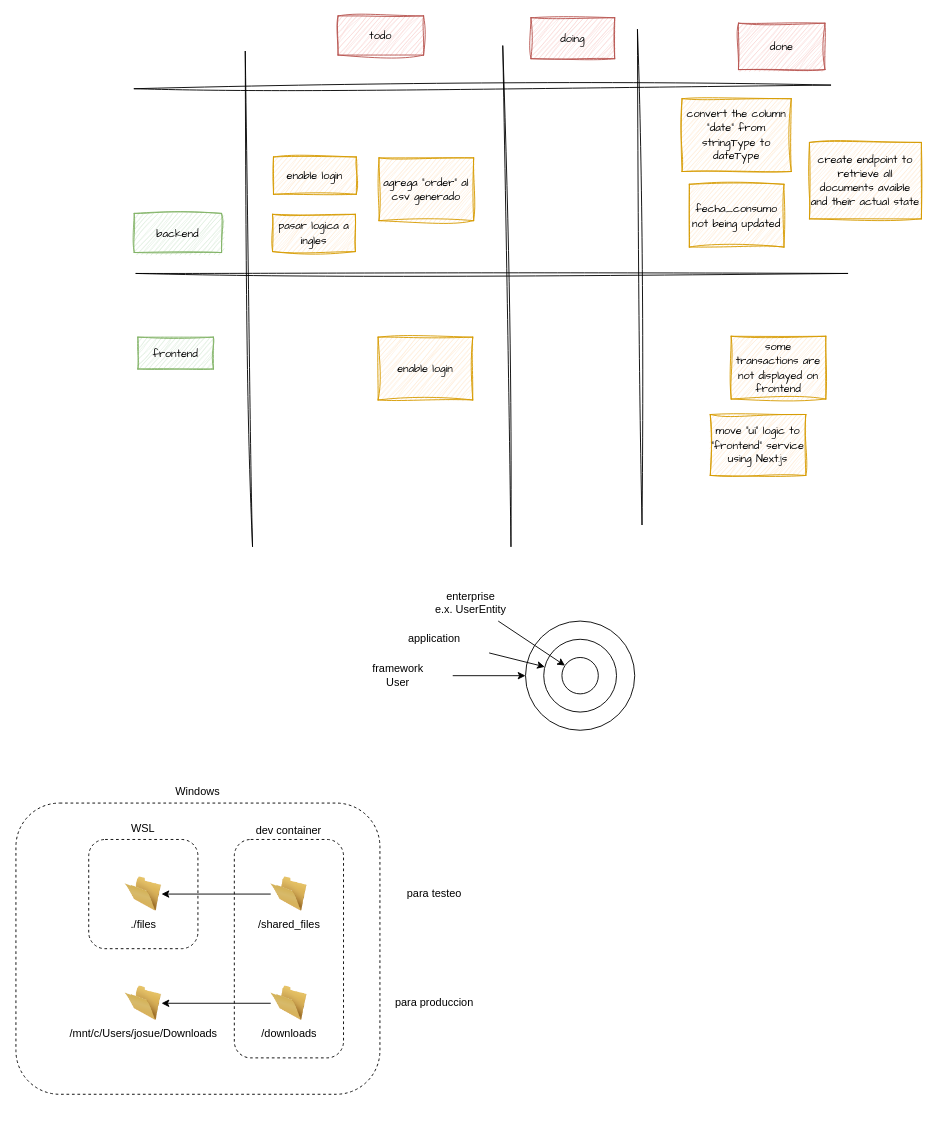
Before: scrum.dio in josueelias9/improving-BCP-organizate, a draw.io diagram. Source tidied: cells renumbered, new cells numbered last; positions are measured from the earlier drawing's top-left corner, leaving out a move shared by most shapes. Both pictures are drawn from the tidied source at 91%, with x=0, y=0 at pixel (15, 15).
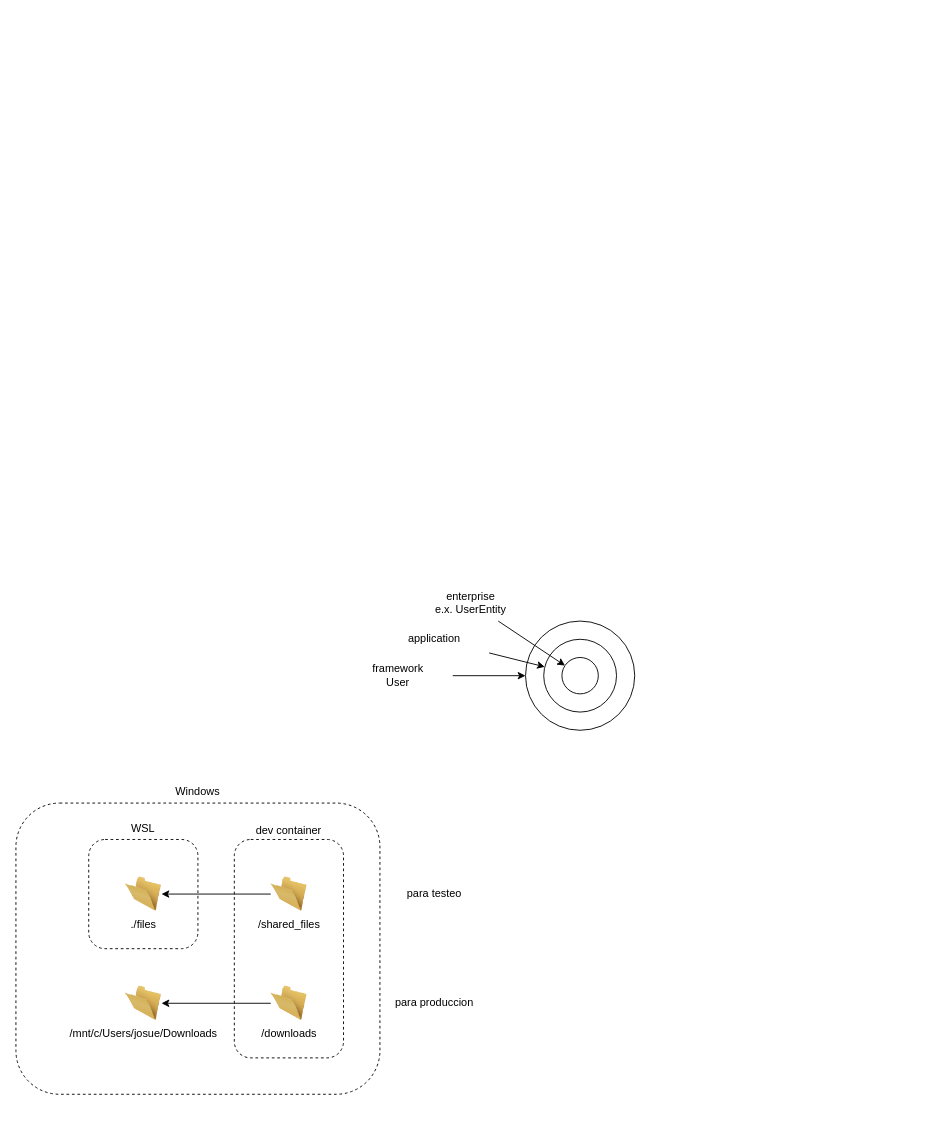
After the change.

Change to the diagram source:
```diff
@@
-    <mxCell id="5" value="&lt;font face=&quot;Comic Sans MS&quot;&gt;convert the column &quot;date&quot; from stringType to dateType&lt;/font&gt;" style="rounded=0;whiteSpace=wrap;html=1;shadow=0;sketch=1;curveFitting=1;jiggle=2;fillColor=#ffe6cc;strokeColor=#d79b00;" parent="1" vertex="1">
-      <mxGeometry x="732" y="91" width="120" height="80" as="geometry" />
-    </mxCell>
-    <mxCell id="6" value="&lt;font face=&quot;Comic Sans MS&quot;&gt;move &quot;ui&quot; logic to &quot;frontend&quot; service using Next.js&lt;/font&gt;" style="rounded=0;whiteSpace=wrap;html=1;shadow=0;sketch=1;curveFitting=1;jiggle=2;fillColor=#ffe6cc;strokeColor=#d79b00;" parent="1" vertex="1">
-      <mxGeometry x="763" y="438" width="105" height="67" as="geometry" />
-    </mxCell>
-    <mxCell id="7" value="&lt;font face=&quot;Comic Sans MS&quot;&gt;backend&lt;/font&gt;" style="rounded=0;whiteSpace=wrap;html=1;shadow=0;sketch=1;curveFitting=1;jiggle=2;fillColor=#d5e8d4;strokeColor=#82b366;" parent="1" vertex="1">
-      <mxGeometry x="130" y="217" width="96" height="43" as="geometry" />
-    </mxCell>
-    <mxCell id="8" value="&lt;font face=&quot;Comic Sans MS&quot;&gt;frontend&lt;/font&gt;" style="rounded=0;whiteSpace=wrap;html=1;shadow=0;sketch=1;curveFitting=1;jiggle=2;fillColor=#d5e8d4;strokeColor=#82b366;" parent="1" vertex="1">
-      <mxGeometry x="134" y="353" width="83" height="35" as="geometry" />
-    </mxCell>
-    <mxCell id="9" value="&lt;font face=&quot;Comic Sans MS&quot;&gt;todo&lt;/font&gt;" style="rounded=0;whiteSpace=wrap;html=1;shadow=0;sketch=1;curveFitting=1;jiggle=2;fillColor=#f8cecc;strokeColor=#b85450;" parent="1" vertex="1">
-      <mxGeometry x="354" width="94" height="43" as="geometry" />
-    </mxCell>
-    <mxCell id="10" value="&lt;font face=&quot;Comic Sans MS&quot;&gt;doing&lt;/font&gt;" style="rounded=0;whiteSpace=wrap;html=1;shadow=0;sketch=1;curveFitting=1;jiggle=2;fillColor=#f8cecc;strokeColor=#b85450;" parent="1" vertex="1">
-      <mxGeometry x="566" y="2" width="92" height="45" as="geometry" />
-    </mxCell>
-    <mxCell id="11" value="&lt;font face=&quot;Comic Sans MS&quot;&gt;done&lt;/font&gt;" style="rounded=0;whiteSpace=wrap;html=1;shadow=0;sketch=1;curveFitting=1;jiggle=2;fillColor=#f8cecc;strokeColor=#b85450;" parent="1" vertex="1">
-      <mxGeometry x="794" y="8" width="95" height="51" as="geometry" />
-    </mxCell>
-    <mxCell id="12" value="&lt;font face=&quot;Comic Sans MS&quot;&gt;some transactions are not displayed on frontend&lt;/font&gt;" style="rounded=0;whiteSpace=wrap;html=1;shadow=0;sketch=1;curveFitting=1;jiggle=2;fillColor=#ffe6cc;strokeColor=#d79b00;" parent="1" vertex="1">
-      <mxGeometry x="786" y="352" width="104" height="69" as="geometry" />
-    </mxCell>
-    <mxCell id="13" value="&lt;font face=&quot;Comic Sans MS&quot;&gt;enable login&lt;/font&gt;" style="rounded=0;whiteSpace=wrap;html=1;shadow=0;sketch=1;curveFitting=1;jiggle=2;fillColor=#ffe6cc;strokeColor=#d79b00;" parent="1" vertex="1">
-      <mxGeometry x="398" y="353" width="104" height="69" as="geometry" />
-    </mxCell>
-    <mxCell id="14" value="&lt;font face=&quot;Comic Sans MS&quot;&gt;enable login&lt;/font&gt;" style="rounded=0;whiteSpace=wrap;html=1;shadow=0;sketch=1;curveFitting=1;jiggle=2;fillColor=#ffe6cc;strokeColor=#d79b00;" parent="1" vertex="1">
-      <mxGeometry x="283" y="155" width="91" height="41" as="geometry" />
-    </mxCell>
-    <mxCell id="15" style="endArrow=none;html=1;sketch=1;curveFitting=1;jiggle=2;" parent="1" edge="1">
-      <mxGeometry relative="1" as="geometry">
-        <mxPoint x="130" y="80" as="sourcePoint" />
-        <mxPoint x="895.3" y="76" as="targetPoint" />
-      </mxGeometry>
-    </mxCell>
-    <mxCell id="16" style="endArrow=none;html=1;sketch=1;curveFitting=1;jiggle=2;" parent="1" edge="1">
-      <mxGeometry relative="1" as="geometry">
-        <mxPoint x="260" y="583" as="sourcePoint" />
-        <mxPoint x="252" y="39" as="targetPoint" />
-      </mxGeometry>
-    </mxCell>
-    <mxCell id="17" style="endArrow=none;html=1;sketch=1;curveFitting=1;jiggle=2;" parent="1" edge="1">
-      <mxGeometry relative="1" as="geometry">
-        <mxPoint x="544" y="583" as="sourcePoint" />
-        <mxPoint x="535" y="33" as="targetPoint" />
-      </mxGeometry>
-    </mxCell>
-    <mxCell id="18" style="endArrow=none;html=1;sketch=1;curveFitting=1;jiggle=2;" parent="1" edge="1">
-      <mxGeometry relative="1" as="geometry">
-        <mxPoint x="688" y="559" as="sourcePoint" />
-        <mxPoint x="683" y="15" as="targetPoint" />
-      </mxGeometry>
-    </mxCell>
-    <mxCell id="19" style="endArrow=none;html=1;sketch=1;curveFitting=1;jiggle=2;" parent="1" edge="1">
-      <mxGeometry relative="1" as="geometry">
-        <mxPoint x="132" y="283" as="sourcePoint" />
-        <mxPoint x="914" y="283" as="targetPoint" />
-      </mxGeometry>
-    </mxCell>
-    <mxCell id="20" value="&lt;font face=&quot;Comic Sans MS&quot;&gt;create endpoint to retrieve all documents avaible and their actual state&lt;/font&gt;" style="rounded=0;whiteSpace=wrap;html=1;shadow=0;sketch=1;curveFitting=1;jiggle=2;fillColor=#ffe6cc;strokeColor=#d79b00;" parent="1" vertex="1">
-      <mxGeometry x="872" y="139" width="123" height="84" as="geometry" />
-    </mxCell>
-    <mxCell id="21" value="&lt;font face=&quot;Comic Sans MS&quot;&gt;pasar logica a ingles&lt;/font&gt;" style="rounded=0;whiteSpace=wrap;html=1;shadow=0;sketch=1;curveFitting=1;jiggle=2;fillColor=#ffe6cc;strokeColor=#d79b00;" parent="1" vertex="1">
-      <mxGeometry x="282" y="218" width="91" height="41" as="geometry" />
-    </mxCell>
-    <mxCell id="22" value="&lt;font face=&quot;Comic Sans MS&quot;&gt;agrega &quot;order&quot; al csv generado&lt;/font&gt;" style="rounded=0;whiteSpace=wrap;html=1;shadow=0;sketch=1;curveFitting=1;jiggle=2;fillColor=#ffe6cc;strokeColor=#d79b00;" parent="1" vertex="1">
-      <mxGeometry x="399" y="156" width="104" height="69" as="geometry" />
-    </mxCell>
-    <mxCell id="23" value="&lt;font face=&quot;Comic Sans MS&quot;&gt;fecha_consumo not being updated&lt;/font&gt;" style="rounded=0;whiteSpace=wrap;html=1;shadow=0;sketch=1;curveFitting=1;jiggle=2;fillColor=#ffe6cc;strokeColor=#d79b00;" parent="1" vertex="1">
-      <mxGeometry x="740" y="185" width="104" height="69" as="geometry" />
-    </mxCell>
```
